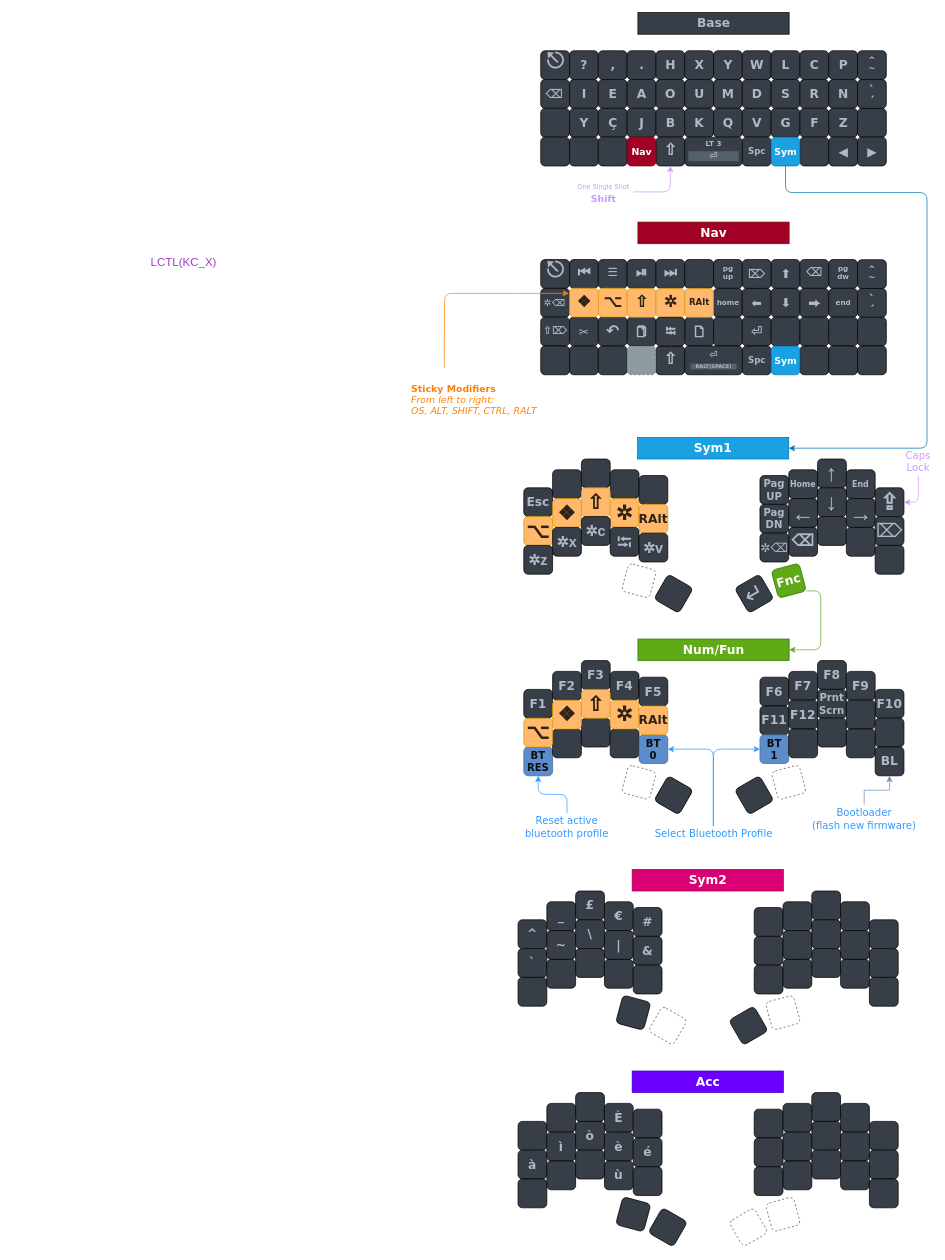
DropDeadAlex/sys-customs keeps this draw.io diagram as Keyboards/diagram/CSTC40 - QWERTY.drawio. Above is the earlier version. Source tidied: cells renumbered, new cells numbered last; positions are measured from the earlier drawing's top-left corner, leaving out a move shared by most shapes. Both pictures are drawn from the tidied source at 72%, with x=0, y=0 at pixel (149, 12).
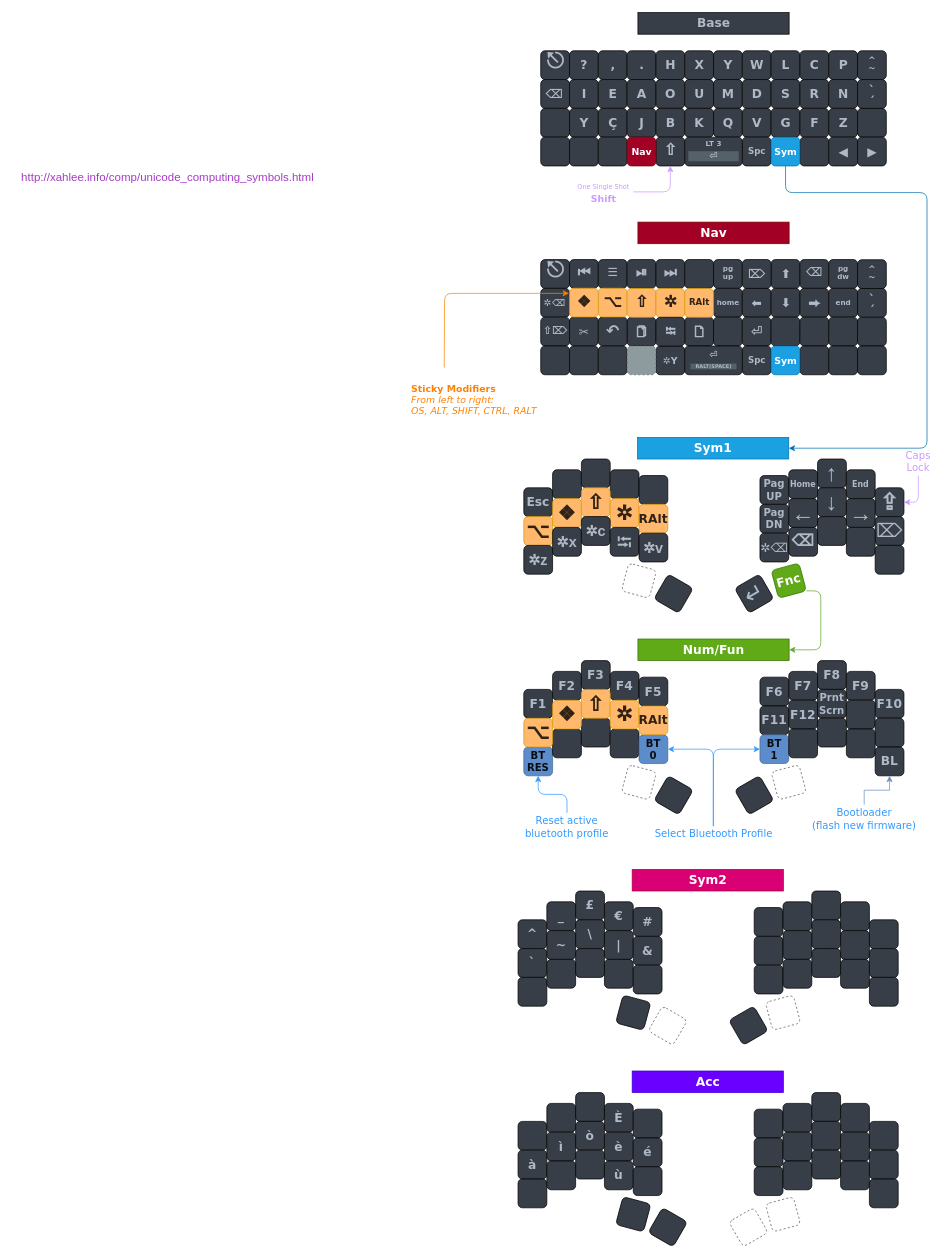
Above is the later version.

Change to the diagram source:
```diff
@@
-    <mxCell id="213" value="&lt;span style=&quot;font-family: &amp;quot;segoe ui emoji&amp;quot;, &amp;quot;apple color emoji&amp;quot;, &amp;quot;noto color emoji&amp;quot;; font-size: 22px;&quot;&gt;&lt;font style=&quot;font-size: 22px;&quot;&gt;⇧&lt;/font&gt;&lt;/span&gt;" style="whiteSpace=wrap;html=1;rotation=0;fontSize=22;fontFamily=Verdana;fontStyle=1;fontColor=#AFB9C7;fillColor=#383E47;rounded=1;spacingBottom=4;" parent="1" vertex="1">
+    <mxCell id="213" value="&lt;span style=&quot;font-size: 13px;&quot;&gt;✲Y&lt;/span&gt;" style="whiteSpace=wrap;html=1;rotation=0;fontSize=22;fontFamily=Verdana;fontStyle=1;fontColor=#AFB9C7;fillColor=#383E47;rounded=1;spacingBottom=4;" parent="1" vertex="1">
       <mxGeometry x="703.5" y="463" width="40" height="40" as="geometry" />
     </mxCell>
@@
-    <mxCell id="255" value="LCTL(KC_X)" style="text;whiteSpace=wrap;html=1;fontSize=16;fontColor=#A63AC7;" parent="1" vertex="1">
-      <mxGeometry y="330" width="130" height="40" as="geometry" />
-    </mxCell>
@@
+    <mxCell id="257" value="http://xahlee.info/comp/unicode_computing_symbols.html" style="text;html=1;align=center;verticalAlign=middle;strokeColor=none;fillColor=none;fontSize=16;fontColor=#A63AC7;" parent="1" vertex="1">
+      <mxGeometry x="-190" y="213" width="430" height="30" as="geometry" />
+    </mxCell>
```
